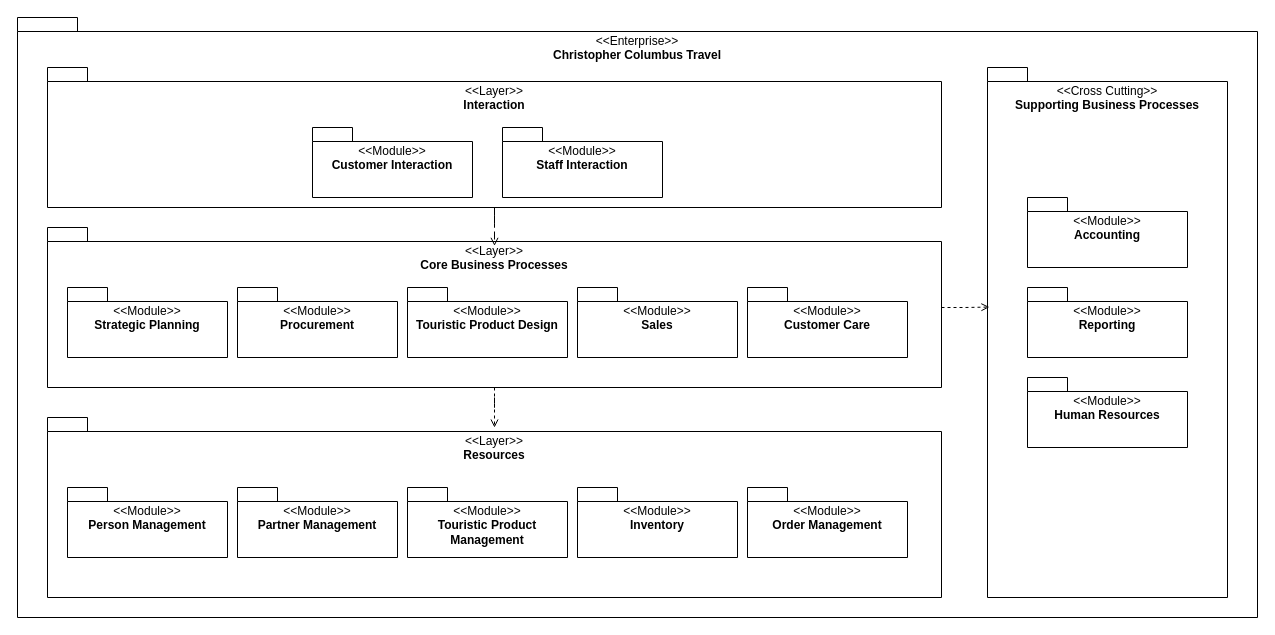
Earlier version of the draw.io diagram docs/architecture/software-architecture/software-architecture.drawio (hochschule-darmstadt/a3se_app). Source tidied: cells renumbered, new cells numbered last; positions are measured from the earlier drawing's top-left corner, leaving out a move shared by most shapes. Both pictures are drawn from the tidied source at 100%, with x=0, y=0 at pixel (17, 17).
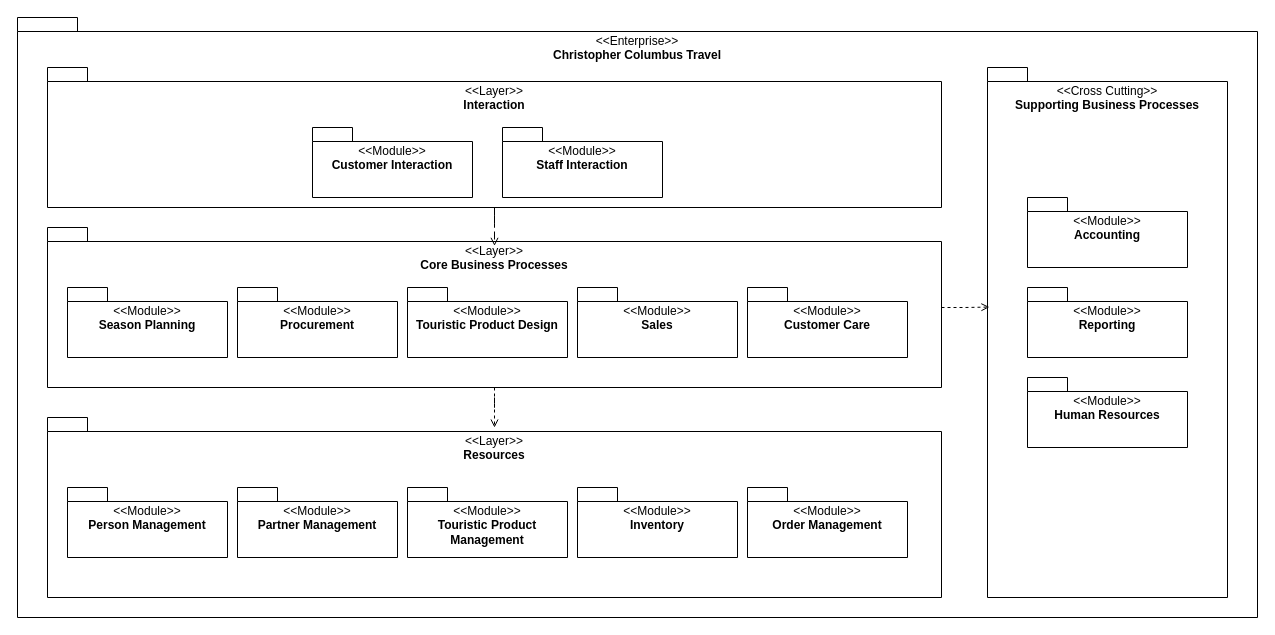
The same page after the edit.

Diff of the diagram source:
```diff
@@
-    <mxCell id="9" value="&lt;span style=&quot;font-weight: normal;&quot;&gt;&amp;lt;&amp;lt;Module&amp;gt;&amp;gt;&lt;/span&gt;&lt;div&gt;Strategic&amp;nbsp;&lt;span style=&quot;background-color: transparent; color: light-dark(rgb(0, 0, 0), rgb(255, 255, 255));&quot;&gt;Planning&lt;/span&gt;&lt;/div&gt;" style="shape=folder;fontStyle=1;spacingTop=10;tabWidth=40;tabHeight=14;tabPosition=left;html=1;whiteSpace=wrap;align=center;verticalAlign=top;" parent="1" vertex="1">
+    <mxCell id="9" value="&lt;span style=&quot;font-weight: normal;&quot;&gt;&amp;lt;&amp;lt;Module&amp;gt;&amp;gt;&lt;/span&gt;&lt;div&gt;Season&amp;nbsp;&lt;span style=&quot;background-color: transparent; color: light-dark(rgb(0, 0, 0), rgb(255, 255, 255));&quot;&gt;Planning&lt;/span&gt;&lt;/div&gt;" style="shape=folder;fontStyle=1;spacingTop=10;tabWidth=40;tabHeight=14;tabPosition=left;html=1;whiteSpace=wrap;align=center;verticalAlign=top;" parent="1" vertex="1">
       <mxGeometry x="50" y="270" width="160" height="70" as="geometry" />
     </mxCell>
```
